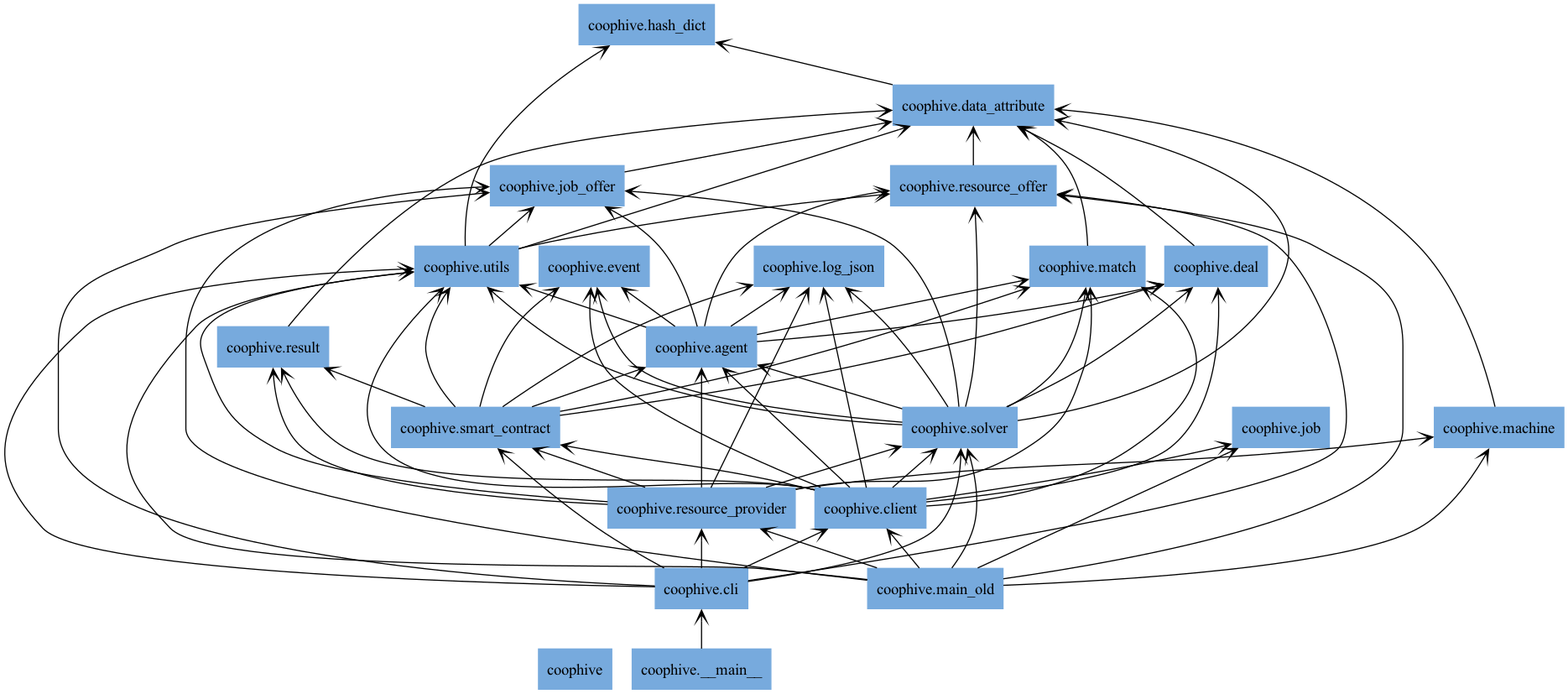
CoopHive/Apiary keeps this Graphviz diagram as docs/img/packages_coophive.png. Above is the earlier version. Its source is kept beside it as docs/img/packages_coophive.dot.
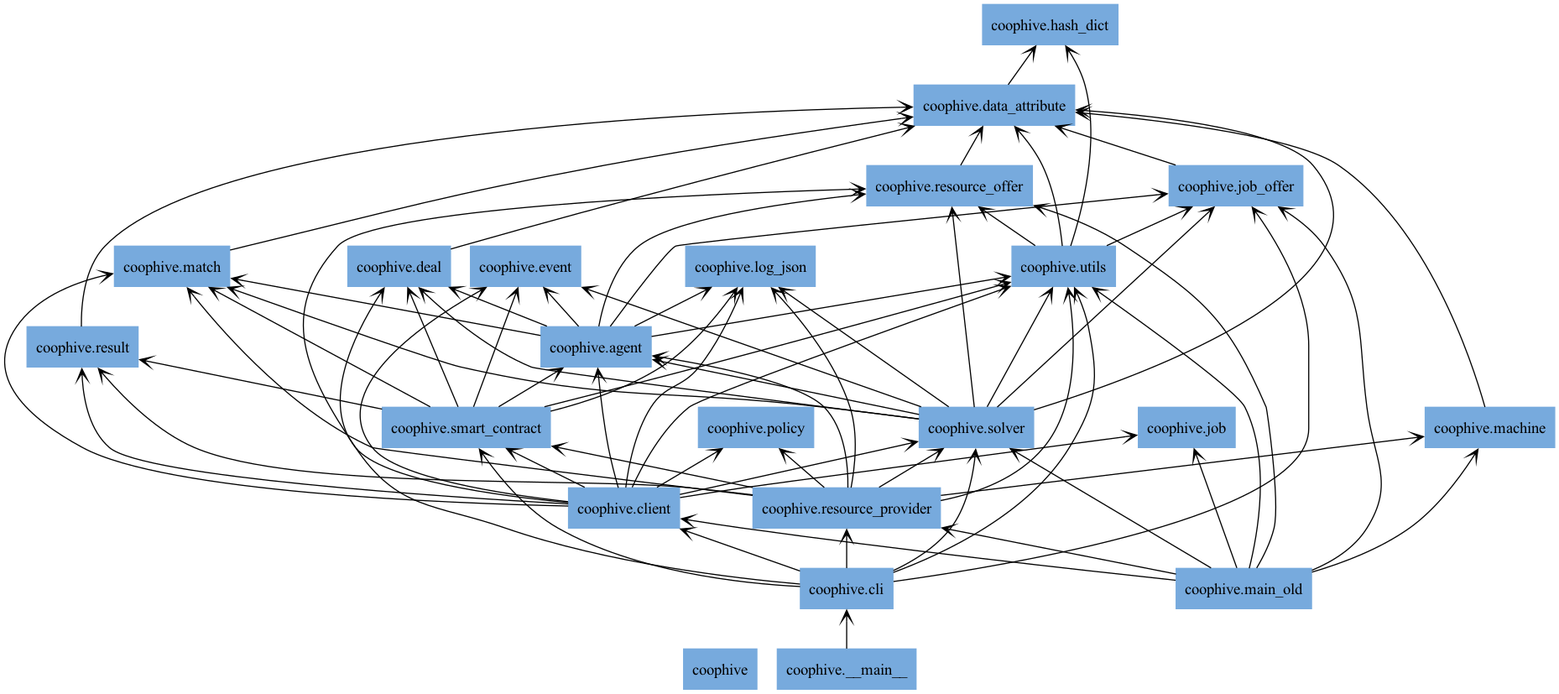
The same file after the commit.

Change to the diagram source:
```diff
@@ -16,6 +16,7 @@
 "coophive.machine" [color="#77AADD", label=<coophive.machine>, shape="box", style="filled"];
 "coophive.main_old" [color="#77AADD", label=<coophive.main_old>, shape="box", style="filled"];
 "coophive.match" [color="#77AADD", label=<coophive.match>, shape="box", style="filled"];
+"coophive.policy" [color="#77AADD", label=<coophive.policy>, shape="box", style="filled"];
 "coophive.resource_offer" [color="#77AADD", label=<coophive.resource_offer>, shape="box", style="filled"];
 "coophive.resource_provider" [color="#77AADD", label=<coophive.resource_provider>, shape="box", style="filled"];
 "coophive.result" [color="#77AADD", label=<coophive.result>, shape="box", style="filled"];
@@ -43,6 +44,7 @@
 "coophive.client" -> "coophive.job" [arrowhead="open", arrowtail="none"];
 "coophive.client" -> "coophive.log_json" [arrowhead="open", arrowtail="none"];
 "coophive.client" -> "coophive.match" [arrowhead="open", arrowtail="none"];
+"coophive.client" -> "coophive.policy" [arrowhead="open", arrowtail="none"];
 "coophive.client" -> "coophive.result" [arrowhead="open", arrowtail="none"];
 "coophive.client" -> "coophive.smart_contract" [arrowhead="open", arrowtail="none"];
 "coophive.client" -> "coophive.solver" [arrowhead="open", arrowtail="none"];
@@ -65,6 +67,7 @@
 "coophive.resource_provider" -> "coophive.log_json" [arrowhead="open", arrowtail="none"];
 "coophive.resource_provider" -> "coophive.machine" [arrowhead="open", arrowtail="none"];
 "coophive.resource_provider" -> "coophive.match" [arrowhead="open", arrowtail="none"];
+"coophive.resource_provider" -> "coophive.policy" [arrowhead="open", arrowtail="none"];
 "coophive.resource_provider" -> "coophive.result" [arrowhead="open", arrowtail="none"];
 "coophive.resource_provider" -> "coophive.smart_contract" [arrowhead="open", arrowtail="none"];
 "coophive.resource_provider" -> "coophive.solver" [arrowhead="open", arrowtail="none"];
```
